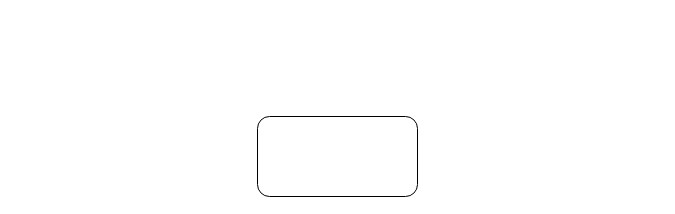
The draw.io diagram advance/go_unsafe.drawio in SuanCaiYv/GoBaseLearn, before the edit. Source tidied: cells renumbered, new cells numbered last; positions are measured from the earlier drawing's top-left corner, leaving out a move shared by most shapes. Both pictures are drawn from the tidied source at 100%, with x=0, y=0 at pixel (257, 116).
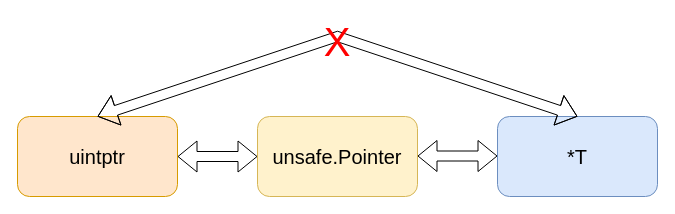
After the change.

The edit, as a diff of the source:
```diff
@@
 <mxGraphModel>
   <root>
     <mxCell id="0" />
     <mxCell id="1" parent="0" />
-    <mxCell id="2" style="rounded=1;whiteSpace=wrap;html=1;" parent="1" vertex="1">
+    <mxCell id="2" value="&lt;font style=&quot;font-size: 20px&quot;&gt;unsafe.Pointer&lt;/font&gt;" style="rounded=1;whiteSpace=wrap;html=1;fillColor=#fff2cc;strokeColor=#d6b656;" parent="1" vertex="1">
       <mxGeometry width="160" height="80" as="geometry" />
     </mxCell>
+    <mxCell id="3" value="&lt;font style=&quot;font-size: 20px&quot;&gt;*T&lt;br&gt;&lt;/font&gt;" style="rounded=1;whiteSpace=wrap;html=1;fillColor=#dae8fc;strokeColor=#6c8ebf;" parent="1" vertex="1">
+      <mxGeometry x="240" width="160" height="80" as="geometry" />
+    </mxCell>
+    <mxCell id="4" value="&lt;font style=&quot;font-size: 20px&quot;&gt;uintptr&lt;/font&gt;" style="rounded=1;whiteSpace=wrap;html=1;fillColor=#ffe6cc;strokeColor=#d79b00;" parent="1" vertex="1">
+      <mxGeometry x="-240" width="160" height="80" as="geometry" />
+    </mxCell>
+    <mxCell id="5" style="shape=flexArrow;endArrow=classic;startArrow=classic;html=1;rounded=0;fontSize=20;exitX=1;exitY=0.5;exitDx=0;exitDy=0;entryX=0;entryY=0.5;entryDx=0;entryDy=0;" parent="1" edge="1" source="4" target="2">
+      <mxGeometry relative="1" as="geometry" />
+    </mxCell>
+    <mxCell id="6" style="shape=flexArrow;endArrow=classic;startArrow=classic;html=1;rounded=0;fontSize=20;exitX=1;exitY=0.5;exitDx=0;exitDy=0;entryX=0;entryY=0.5;entryDx=0;entryDy=0;" parent="1" edge="1">
+      <mxGeometry relative="1" as="geometry">
+        <mxPoint x="160" y="39.5" as="sourcePoint" />
+        <mxPoint x="240" y="39.5" as="targetPoint" />
+      </mxGeometry>
+    </mxCell>
+    <mxCell id="7" style="shape=flexArrow;endArrow=classic;startArrow=classic;html=1;rounded=0;fontSize=20;exitX=0.5;exitY=0;exitDx=0;exitDy=0;entryX=0.5;entryY=0;entryDx=0;entryDy=0;" parent="1" edge="1" source="4" target="3">
+      <mxGeometry relative="1" as="geometry">
+        <Array as="points">
+          <mxPoint x="80" y="-80" />
+        </Array>
+      </mxGeometry>
+    </mxCell>
+    <mxCell id="8" value="&lt;font style=&quot;font-size: 40px&quot; color=&quot;#ff0000&quot;&gt;X&lt;/font&gt;" style="text;html=1;strokeColor=none;fillColor=none;align=center;verticalAlign=middle;whiteSpace=wrap;rounded=0;fontSize=20;" parent="1" vertex="1">
+      <mxGeometry x="50" y="-90" width="60" height="30" as="geometry" />
+    </mxCell>
   </root>
 </mxGraphModel>
```
